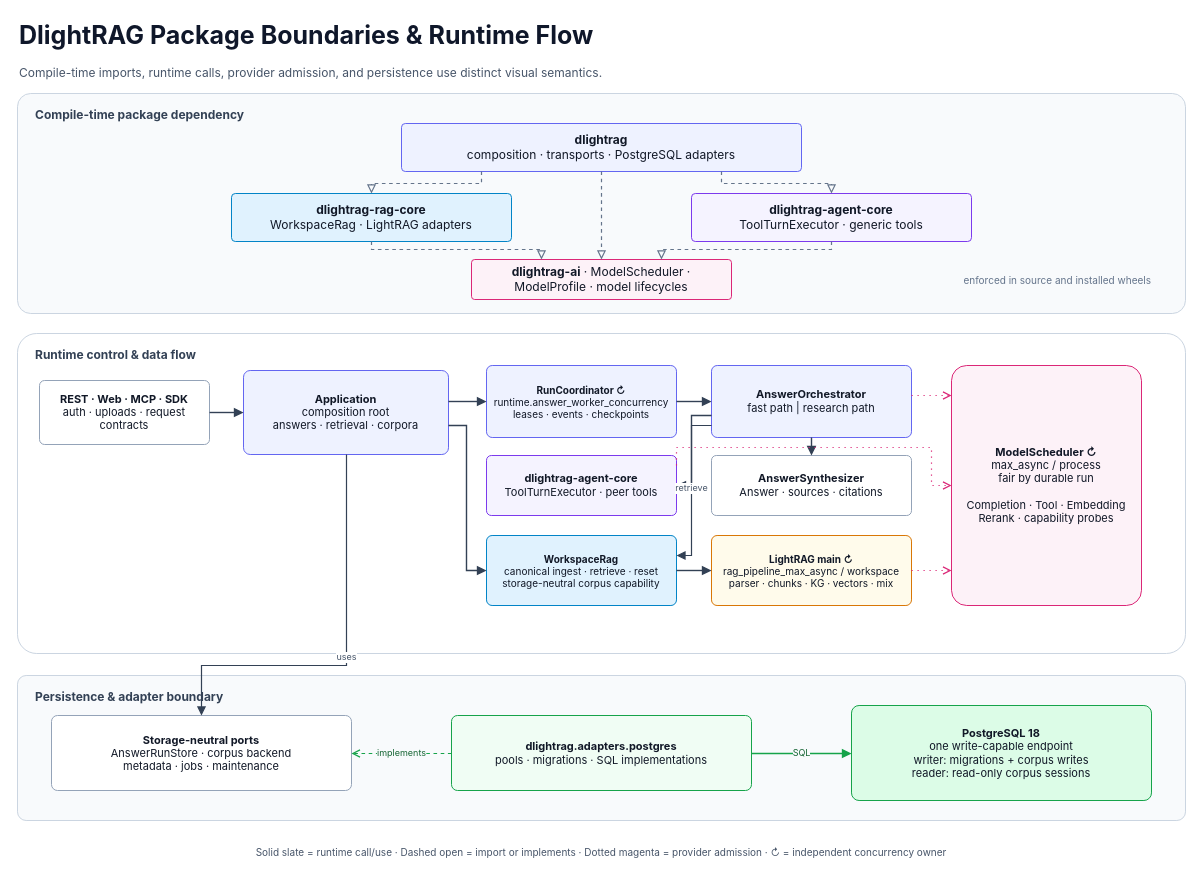
hanlianlu/DlightRAG keeps this draw.io diagram as docs/architecture.drawio. Above is the earlier version. Source tidied: cells renumbered, new cells numbered last; positions are measured from the earlier drawing's top-left corner, leaving out a move shared by most shapes. Both pictures are drawn from the tidied source at 100%, with x=0, y=0 at pixel (17, 17).
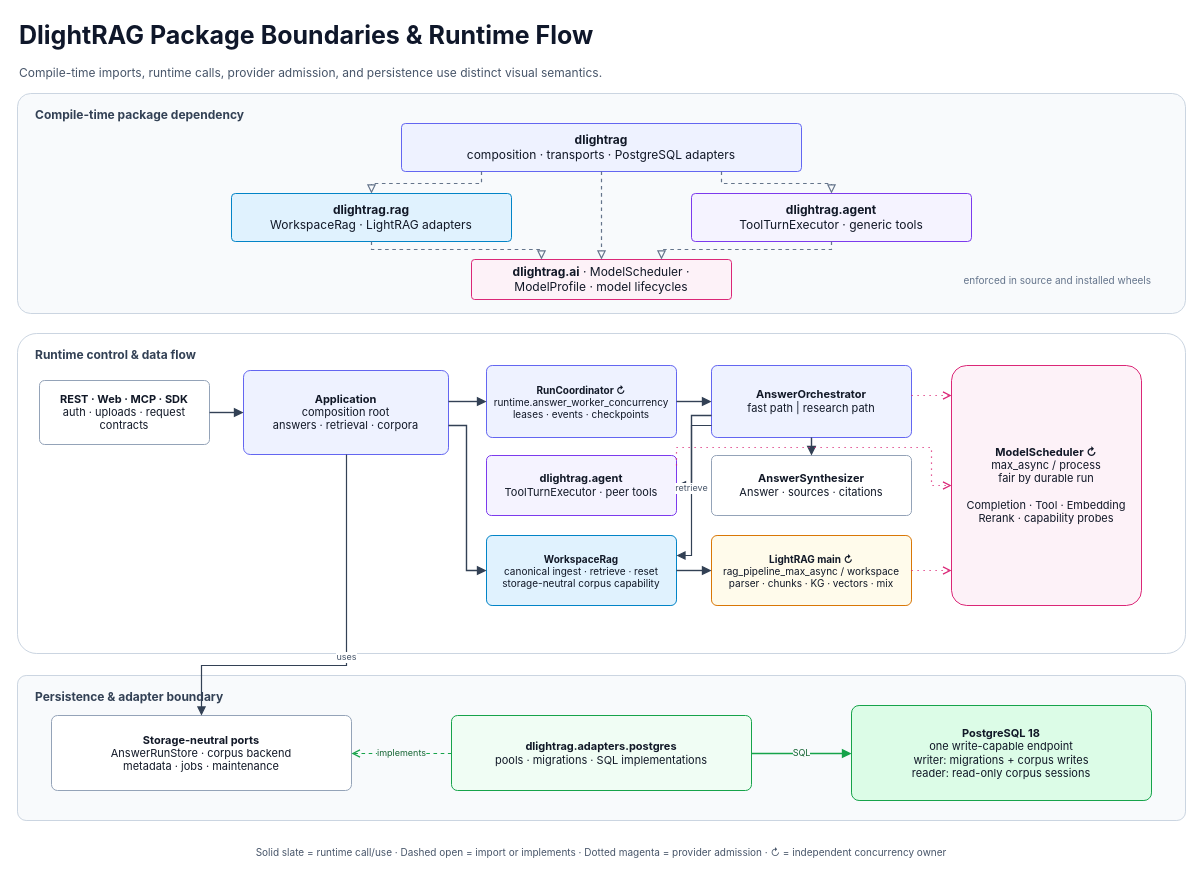
Above is the later version.

What changed in the source:
```diff
@@
-    <mxCell id="6" value="&lt;b&gt;dlightrag-rag-core&lt;/b&gt;&lt;br&gt;WorkspaceRag · LightRAG adapters" style="rounded=1;whiteSpace=wrap;html=1;fillColor=#e0f2fe;strokeColor=#0284c7;arcSize=8;fontFamily=Inter;fontSize=12;fontColor=#111827;spacing=8;" parent="1" vertex="1">
+    <mxCell id="6" value="&lt;b&gt;dlightrag.rag&lt;/b&gt;&lt;br&gt;WorkspaceRag · LightRAG adapters" style="rounded=1;whiteSpace=wrap;html=1;fillColor=#e0f2fe;strokeColor=#0284c7;arcSize=8;fontFamily=Inter;fontSize=12;fontColor=#111827;spacing=8;" parent="1" vertex="1">
       <mxGeometry x="214" y="176" width="280" height="48" as="geometry" />
     </mxCell>
-    <mxCell id="7" value="&lt;b&gt;dlightrag-agent-core&lt;/b&gt;&lt;br&gt;ToolTurnExecutor · generic tools" style="rounded=1;whiteSpace=wrap;html=1;fillColor=#f5f3ff;strokeColor=#7c3aed;arcSize=8;fontFamily=Inter;fontSize=12;fontColor=#111827;spacing=8;" parent="1" vertex="1">
+    <mxCell id="7" value="&lt;b&gt;dlightrag.agent&lt;/b&gt;&lt;br&gt;ToolTurnExecutor · generic tools" style="rounded=1;whiteSpace=wrap;html=1;fillColor=#f5f3ff;strokeColor=#7c3aed;arcSize=8;fontFamily=Inter;fontSize=12;fontColor=#111827;spacing=8;" parent="1" vertex="1">
       <mxGeometry x="674" y="176" width="280" height="48" as="geometry" />
     </mxCell>
-    <mxCell id="8" value="&lt;b&gt;dlightrag-ai&lt;/b&gt; · ModelScheduler · ModelProfile · model lifecycles" style="rounded=1;whiteSpace=wrap;html=1;fillColor=#fdf2f8;strokeColor=#db2777;arcSize=8;fontFamily=Inter;fontSize=12;fontColor=#111827;spacing=8;" parent="1" vertex="1">
+    <mxCell id="8" value="&lt;b&gt;dlightrag.ai&lt;/b&gt; · ModelScheduler · ModelProfile · model lifecycles" style="rounded=1;whiteSpace=wrap;html=1;fillColor=#fdf2f8;strokeColor=#db2777;arcSize=8;fontFamily=Inter;fontSize=12;fontColor=#111827;spacing=8;" parent="1" vertex="1">
       <mxGeometry x="454" y="242" width="260" height="40" as="geometry" />
     </mxCell>
@@
-    <mxCell id="15" value="&lt;b&gt;dlightrag-agent-core&lt;/b&gt;&lt;br&gt;ToolTurnExecutor · peer tools" style="rounded=1;whiteSpace=wrap;html=1;fillColor=#f5f3ff;strokeColor=#7c3aed;arcSize=8;fontFamily=Inter;fontSize=11;fontColor=#111827;spacing=7;" parent="1" vertex="1">
+    <mxCell id="15" value="&lt;b&gt;dlightrag.agent&lt;/b&gt;&lt;br&gt;ToolTurnExecutor · peer tools" style="rounded=1;whiteSpace=wrap;html=1;fillColor=#f5f3ff;strokeColor=#7c3aed;arcSize=8;fontFamily=Inter;fontSize=11;fontColor=#111827;spacing=7;" parent="1" vertex="1">
       <mxGeometry x="469" y="438" width="190" height="60" as="geometry" />
     </mxCell>
```
